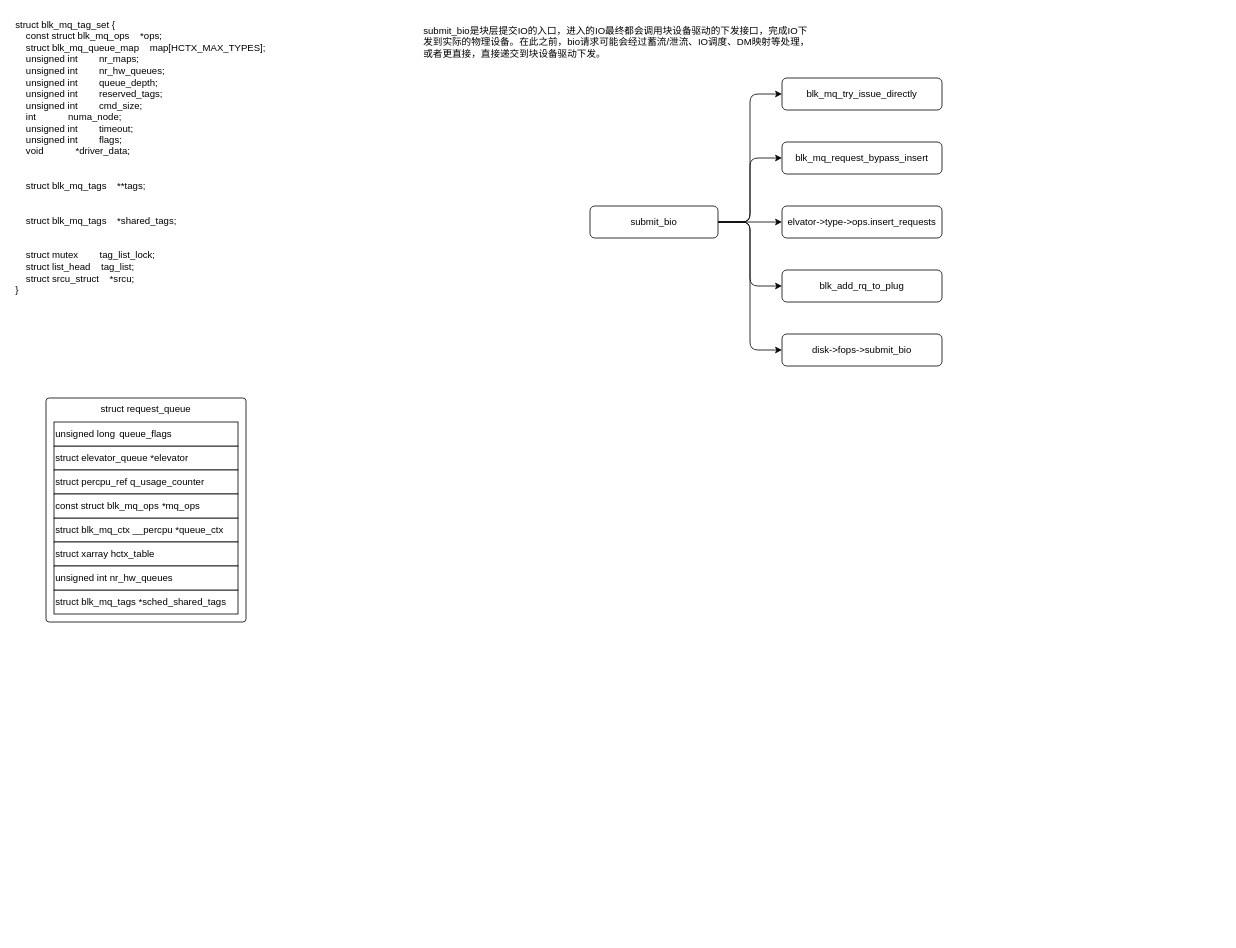
Earlier version of the draw.io diagram page "blk_mq" (3 of 11) of linux/linux_block.drawio (Aspiresky/draw.io). Source tidied: cells renumbered, new cells numbered last; positions are measured from the earlier drawing's top-left corner, leaving out a move shared by most shapes. Both pictures are drawn from the tidied source at 80%, with x=0, y=0 at pixel (14, 14).
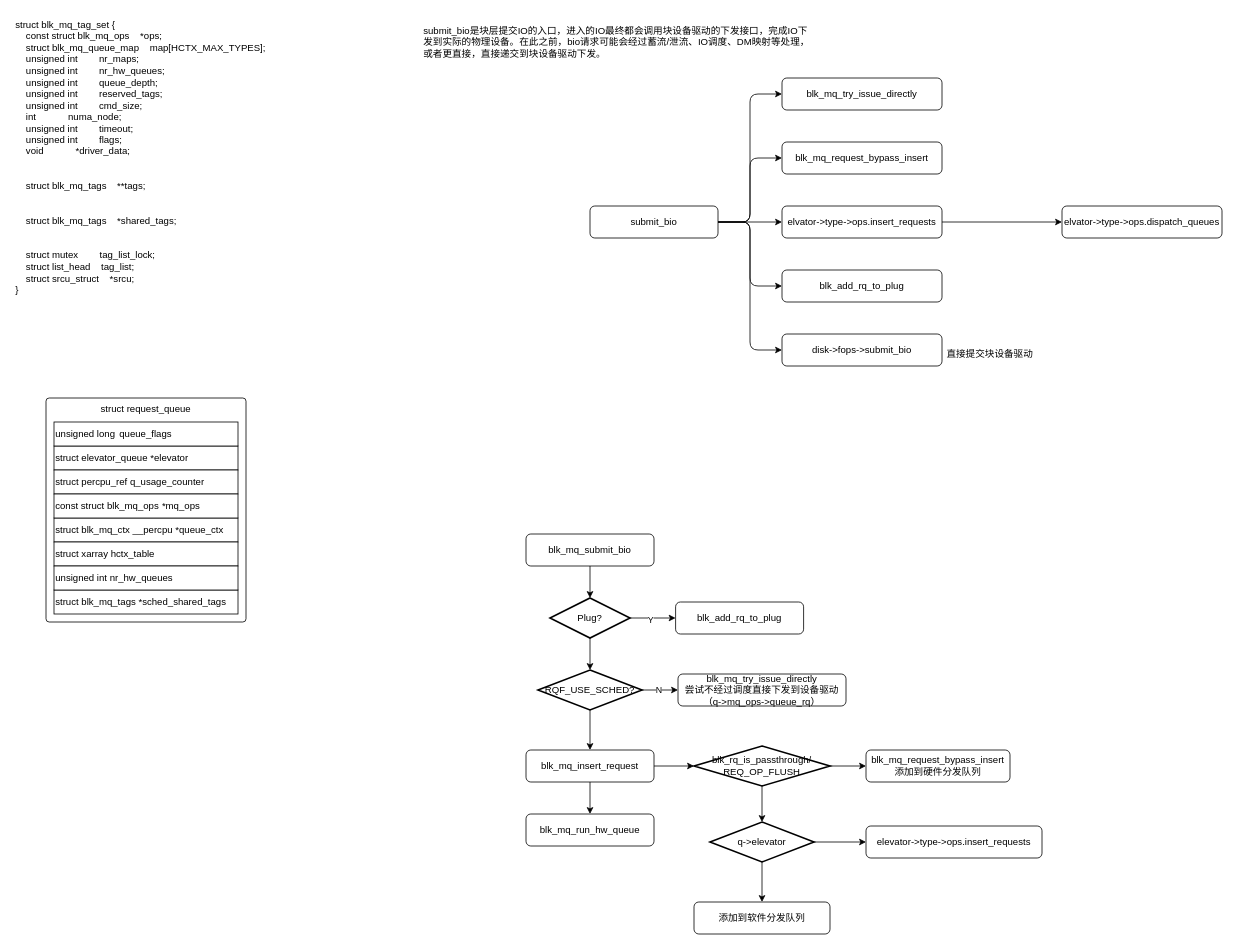
The same page after the edit.

Unchanged cells that the change refers to:
```xml
<mxCell id="20" value="elvator-&amp;gt;type-&amp;gt;ops.insert_requests" style="rounded=1;whiteSpace=wrap;html=1;" parent="1" vertex="1">
  <mxGeometry x="960" y="240" width="200" height="40" as="geometry" />
</mxCell>
```

The edit, as a diff of the source:
```diff
@@
+    <mxCell id="24" style="edgeStyle=orthogonalEdgeStyle;rounded=0;jettySize=auto;html=1;entryX=0;entryY=0.5;entryDx=0;entryDy=0;" parent="1" edge="1" source="20" target="25">
+      <mxGeometry relative="1" as="geometry" />
+    </mxCell>
@@
+    <mxCell id="25" value="elvator-&amp;gt;type-&amp;gt;ops.dispatch_queues" style="rounded=1;whiteSpace=wrap;html=1;" parent="1" vertex="1">
+      <mxGeometry x="1310" y="240" width="200" height="40" as="geometry" />
+    </mxCell>
+    <mxCell id="26" value="直接提交块设备驱动" style="text;html=1;whiteSpace=wrap;strokeColor=none;fillColor=none;align=center;verticalAlign=middle;rounded=0;" parent="1" vertex="1">
+      <mxGeometry x="1160" y="410" width="120" height="30" as="geometry" />
+    </mxCell>
+    <mxCell id="27" value="blk_mq_submit_bio" style="rounded=1;whiteSpace=wrap;html=1;" parent="1" vertex="1">
+      <mxGeometry x="640" y="650" width="160" height="40" as="geometry" />
+    </mxCell>
+    <mxCell id="28" value="blk_add_rq_to_plug" style="rounded=1;whiteSpace=wrap;html=1;" parent="1" vertex="1">
+      <mxGeometry x="827" y="735" width="160" height="40" as="geometry" />
+    </mxCell>
+    <mxCell id="29" style="edgeStyle=orthogonalEdgeStyle;rounded=1;jettySize=auto;html=1;exitX=1;exitY=0.5;exitDx=0;exitDy=0;exitPerimeter=0;entryX=0;entryY=0.5;entryDx=0;entryDy=0;curved=0;" parent="1" edge="1" source="31" target="28">
+      <mxGeometry relative="1" as="geometry" />
+    </mxCell>
+    <mxCell id="30" value="Y" style="edgeLabel;html=1;align=center;verticalAlign=middle;fontFamily=Helvetica;fontSize=11;fontColor=default;labelBackgroundColor=default;" parent="29" vertex="1">
+      <mxGeometry x="-0.13" y="-2" relative="1" as="geometry" />
+    </mxCell>
+    <mxCell id="31" value="Plug?" style="strokeWidth=2;html=1;shape=mxgraph.flowchart.decision;whiteSpace=wrap;" parent="1" vertex="1">
+      <mxGeometry x="670" y="730" width="100" height="50" as="geometry" />
+    </mxCell>
+    <mxCell id="32" style="edgeStyle=orthogonalEdgeStyle;rounded=1;jettySize=auto;html=1;exitX=0.5;exitY=1;exitDx=0;exitDy=0;entryX=0.5;entryY=0;entryDx=0;entryDy=0;entryPerimeter=0;curved=0;" parent="1" edge="1" source="27" target="31">
+      <mxGeometry relative="1" as="geometry" />
+    </mxCell>
+    <mxCell id="33" style="edgeStyle=orthogonalEdgeStyle;shape=connector;curved=0;rounded=1;jettySize=auto;html=1;entryX=0;entryY=0.5;entryDx=0;entryDy=0;strokeColor=default;align=center;verticalAlign=middle;fontFamily=Helvetica;fontSize=11;fontColor=default;labelBackgroundColor=default;endArrow=classic;" parent="1" edge="1" source="36" target="37">
+      <mxGeometry relative="1" as="geometry" />
+    </mxCell>
+    <mxCell id="34" value="N" style="edgeLabel;html=1;align=center;verticalAlign=middle;fontFamily=Helvetica;fontSize=11;fontColor=default;labelBackgroundColor=default;" parent="33" vertex="1">
+      <mxGeometry x="-0.09" y="1" relative="1" as="geometry" />
+    </mxCell>
+    <mxCell id="35" style="edgeStyle=orthogonalEdgeStyle;shape=connector;curved=0;rounded=1;jettySize=auto;html=1;exitX=0.5;exitY=1;exitDx=0;exitDy=0;exitPerimeter=0;strokeColor=default;align=center;verticalAlign=middle;fontFamily=Helvetica;fontSize=11;fontColor=default;labelBackgroundColor=default;endArrow=classic;" parent="1" edge="1" source="36" target="39">
+      <mxGeometry relative="1" as="geometry" />
+    </mxCell>
+    <mxCell id="36" value="RQF_USE_SCHED?" style="strokeWidth=2;html=1;shape=mxgraph.flowchart.decision;whiteSpace=wrap;" parent="1" vertex="1">
+      <mxGeometry x="655" y="820" width="130" height="50" as="geometry" />
+    </mxCell>
+    <mxCell id="37" value="blk_mq_try_issue_directly&lt;div&gt;尝试不经过调度直接下发到设备驱动（&lt;span style=&quot;background-color: transparent; color: light-dark(rgb(0, 0, 0), rgb(255, 255, 255));&quot;&gt;q-&amp;gt;mq_ops-&amp;gt;queue_rq&lt;/span&gt;&lt;span style=&quot;background-color: transparent; color: light-dark(rgb(0, 0, 0), rgb(255, 255, 255));&quot;&gt;）&lt;/span&gt;&lt;/div&gt;" style="rounded=1;whiteSpace=wrap;html=1;" parent="1" vertex="1">
+      <mxGeometry x="830" y="825" width="210" height="40" as="geometry" />
+    </mxCell>
+    <mxCell id="38" style="edgeStyle=orthogonalEdgeStyle;shape=connector;curved=0;rounded=1;jettySize=auto;html=1;exitX=0.5;exitY=1;exitDx=0;exitDy=0;entryX=0.5;entryY=0;entryDx=0;entryDy=0;strokeColor=default;align=center;verticalAlign=middle;fontFamily=Helvetica;fontSize=11;fontColor=default;labelBackgroundColor=default;endArrow=classic;" parent="1" edge="1" source="39" target="41">
+      <mxGeometry relative="1" as="geometry" />
+    </mxCell>
+    <mxCell id="39" value="blk_mq_insert_request" style="rounded=1;whiteSpace=wrap;html=1;" parent="1" vertex="1">
+      <mxGeometry x="640" y="920" width="160" height="40" as="geometry" />
+    </mxCell>
+    <mxCell id="40" style="edgeStyle=orthogonalEdgeStyle;shape=connector;curved=0;rounded=1;jettySize=auto;html=1;exitX=0.5;exitY=1;exitDx=0;exitDy=0;exitPerimeter=0;entryX=0.5;entryY=0;entryDx=0;entryDy=0;entryPerimeter=0;strokeColor=default;align=center;verticalAlign=middle;fontFamily=Helvetica;fontSize=11;fontColor=default;labelBackgroundColor=default;endArrow=classic;" parent="1" edge="1" source="31" target="36">
+      <mxGeometry relative="1" as="geometry" />
+    </mxCell>
+    <mxCell id="41" value="blk_mq_run_hw_queue" style="rounded=1;whiteSpace=wrap;html=1;" parent="1" vertex="1">
+      <mxGeometry x="640" y="1000" width="160" height="40" as="geometry" />
+    </mxCell>
+    <mxCell id="42" style="edgeStyle=orthogonalEdgeStyle;shape=connector;curved=0;rounded=1;jettySize=auto;html=1;exitX=1;exitY=0.5;exitDx=0;exitDy=0;exitPerimeter=0;entryX=0;entryY=0.5;entryDx=0;entryDy=0;strokeColor=default;align=center;verticalAlign=middle;fontFamily=Helvetica;fontSize=11;fontColor=default;labelBackgroundColor=default;endArrow=classic;" parent="1" edge="1" source="43" target="45">
+      <mxGeometry relative="1" as="geometry" />
+    </mxCell>
+    <mxCell id="43" value="blk_rq_is_passthrough/&lt;div&gt;REQ_OP_FLUSH&lt;/div&gt;" style="strokeWidth=2;html=1;shape=mxgraph.flowchart.decision;whiteSpace=wrap;" parent="1" vertex="1">
+      <mxGeometry x="850" y="915" width="170" height="50" as="geometry" />
+    </mxCell>
+    <mxCell id="44" style="edgeStyle=orthogonalEdgeStyle;shape=connector;curved=0;rounded=1;jettySize=auto;html=1;entryX=0;entryY=0.5;entryDx=0;entryDy=0;entryPerimeter=0;strokeColor=default;align=center;verticalAlign=middle;fontFamily=Helvetica;fontSize=11;fontColor=default;labelBackgroundColor=default;endArrow=classic;" parent="1" edge="1" source="39" target="43">
+      <mxGeometry relative="1" as="geometry" />
+    </mxCell>
+    <mxCell id="45" value="blk_mq_request_bypass_insert&lt;div&gt;添加到硬件分发队列&lt;/div&gt;" style="rounded=1;whiteSpace=wrap;html=1;" parent="1" vertex="1">
+      <mxGeometry x="1065" y="920" width="180" height="40" as="geometry" />
+    </mxCell>
+    <mxCell id="46" style="edgeStyle=orthogonalEdgeStyle;shape=connector;curved=0;rounded=1;jettySize=auto;html=1;exitX=1;exitY=0.5;exitDx=0;exitDy=0;exitPerimeter=0;entryX=0;entryY=0.5;entryDx=0;entryDy=0;strokeColor=default;align=center;verticalAlign=middle;fontFamily=Helvetica;fontSize=11;fontColor=default;labelBackgroundColor=default;endArrow=classic;" parent="1" edge="1" source="48" target="50">
+      <mxGeometry relative="1" as="geometry" />
+    </mxCell>
+    <mxCell id="47" style="edgeStyle=orthogonalEdgeStyle;shape=connector;curved=0;rounded=1;jettySize=auto;html=1;exitX=0.5;exitY=1;exitDx=0;exitDy=0;exitPerimeter=0;entryX=0.5;entryY=0;entryDx=0;entryDy=0;strokeColor=default;align=center;verticalAlign=middle;fontFamily=Helvetica;fontSize=11;fontColor=default;labelBackgroundColor=default;endArrow=classic;" parent="1" edge="1" source="48" target="51">
+      <mxGeometry relative="1" as="geometry" />
+    </mxCell>
+    <mxCell id="48" value="q-&amp;gt;elevator" style="strokeWidth=2;html=1;shape=mxgraph.flowchart.decision;whiteSpace=wrap;" parent="1" vertex="1">
+      <mxGeometry x="870" y="1010" width="130" height="50" as="geometry" />
+    </mxCell>
+    <mxCell id="49" style="edgeStyle=orthogonalEdgeStyle;shape=connector;curved=0;rounded=1;jettySize=auto;html=1;exitX=0.5;exitY=1;exitDx=0;exitDy=0;exitPerimeter=0;entryX=0.5;entryY=0;entryDx=0;entryDy=0;entryPerimeter=0;strokeColor=default;align=center;verticalAlign=middle;fontFamily=Helvetica;fontSize=11;fontColor=default;labelBackgroundColor=default;endArrow=classic;" parent="1" edge="1" source="43" target="48">
+      <mxGeometry relative="1" as="geometry" />
+    </mxCell>
+    <mxCell id="50" value="elevator-&amp;gt;type-&amp;gt;ops.insert_requests" style="rounded=1;whiteSpace=wrap;html=1;" parent="1" vertex="1">
+      <mxGeometry x="1065" y="1015" width="220" height="40" as="geometry" />
+    </mxCell>
+    <mxCell id="51" value="添加到软件分发队列" style="rounded=1;whiteSpace=wrap;html=1;" parent="1" vertex="1">
+      <mxGeometry x="850" y="1110" width="170" height="40" as="geometry" />
+    </mxCell>
```
